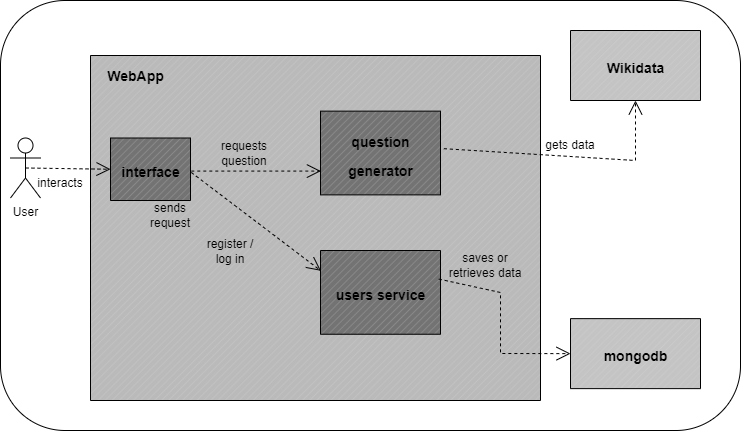
This is docs/images/buildingBlock3.png from Arquisoft/wiq_es1b, a draw.io export, as it was before one commit. Source tidied: cells renumbered, new cells last; positions are measured from the earlier drawing's top-left corner, leaving out a move shared by most shapes.
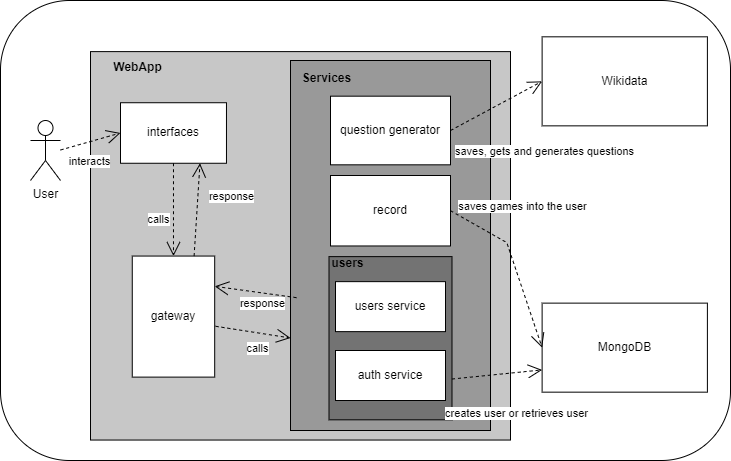
After the change.

What changed in the source:
```diff
@@ -2,89 +2,83 @@
   <root>
     <mxCell id="0" />
     <mxCell id="1" parent="0" />
-    <mxCell id="2" style="rounded=1;whiteSpace=wrap;html=1;" parent="1" vertex="1">
-      <mxGeometry width="740" height="430" as="geometry" />
-    </mxCell>
+    <mxCell id="27" style="rounded=1;whiteSpace=wrap;html=1;" parent="1" vertex="1">
+      <mxGeometry x="-20" y="17.5" width="730" height="460" as="geometry" />
+    </mxCell>
+    <mxCell id="9" value="Wikidata" style="rounded=0;whiteSpace=wrap;html=1;" parent="27" vertex="1">
+      <mxGeometry x="541.6" y="36.3" width="165.3" height="89" as="geometry" />
+    </mxCell>
+    <mxCell id="28" value="MongoDB" style="rounded=0;whiteSpace=wrap;html=1;" parent="27" vertex="1">
+      <mxGeometry x="541.6" y="302.6" width="165.3" height="89" as="geometry" />
+    </mxCell>
+    <mxCell id="29" style="rounded=0;whiteSpace=wrap;html=1;fillColor=#C7C7C7;" parent="27" vertex="1">
+      <mxGeometry x="90" y="51.1" width="420" height="388.4" as="geometry" />
+    </mxCell>
+    <mxCell id="5" value="WebApp" style="text;align=center;fontStyle=1;verticalAlign=middle;spacingLeft=3;spacingRight=3;strokeColor=none;html=1;" parent="27" vertex="1">
+      <mxGeometry x="90" y="51.1" width="94.2" height="31.5" as="geometry" />
+    </mxCell>
+    <mxCell id="30" value="interfaces" style="rounded=0;whiteSpace=wrap;html=1;" parent="27" vertex="1">
+      <mxGeometry x="120" y="102.2" width="106" height="60.5" as="geometry" />
+    </mxCell>
+    <mxCell id="31" value="gateway" style="rounded=0;whiteSpace=wrap;html=1;" parent="27" vertex="1">
+      <mxGeometry x="131.8" y="255.6" width="82.4" height="121.1" as="geometry" />
+    </mxCell>
+    <mxCell id="32" value="calls" style="endArrow=open;endSize=12;dashed=1;html=1;rounded=0;entryX=0.5;entryY=0;entryDx=0;entryDy=0;exitX=0.5;exitY=1;exitDx=0;exitDy=0;" parent="27" edge="1" source="30" target="31">
+      <mxGeometry x="0.2" y="-15" relative="1" as="geometry" />
+    </mxCell>
+    <mxCell id="33" style="rounded=0;whiteSpace=wrap;html=1;fillColor=#999999;" parent="27" vertex="1">
+      <mxGeometry x="290" y="60" width="200" height="370" as="geometry" />
+    </mxCell>
+    <mxCell id="34" value="Services" style="text;align=center;fontStyle=1;verticalAlign=middle;spacingLeft=3;spacingRight=3;strokeColor=none;html=1;" parent="33" vertex="1">
+      <mxGeometry x="-11" width="94.2" height="35.7" as="geometry" />
+    </mxCell>
+    <mxCell id="17" value="question generator" style="rounded=0;whiteSpace=wrap;html=1;" parent="33" vertex="1">
+      <mxGeometry x="40" y="35.7" width="120" height="68.6" as="geometry" />
+    </mxCell>
+    <mxCell id="35" value="record" style="rounded=0;whiteSpace=wrap;html=1;" parent="33" vertex="1">
+      <mxGeometry x="40" y="115" width="120" height="70.5" as="geometry" />
+    </mxCell>
+    <mxCell id="36" style="rounded=0;whiteSpace=wrap;html=1;fillColor=#737373;" parent="33" vertex="1">
+      <mxGeometry x="38.5" y="196.1" width="123" height="163.2" as="geometry" />
+    </mxCell>
+    <mxCell id="37" value="users" style="text;align=center;fontStyle=1;verticalAlign=middle;spacingLeft=3;spacingRight=3;strokeColor=none;html=1;" parent="33" vertex="1">
+      <mxGeometry x="10" y="185.5" width="94.2" height="35.7" as="geometry" />
+    </mxCell>
+    <mxCell id="18" value="users service" style="rounded=0;whiteSpace=wrap;html=1;" parent="33" vertex="1">
+      <mxGeometry x="45" y="221.1" width="110" height="50" as="geometry" />
+    </mxCell>
+    <mxCell id="38" value="auth service" style="rounded=0;whiteSpace=wrap;html=1;" parent="33" vertex="1">
+      <mxGeometry x="45" y="290" width="110" height="50" as="geometry" />
+    </mxCell>
+    <mxCell id="39" value="calls" style="endArrow=open;endSize=12;dashed=1;html=1;rounded=0;entryX=0;entryY=0.75;entryDx=0;entryDy=0;exitX=1.011;exitY=0.58;exitDx=0;exitDy=0;exitPerimeter=0;" parent="27" edge="1" source="31" target="33">
+      <mxGeometry x="0.2" y="-15" relative="1" as="geometry" />
+    </mxCell>
+    <mxCell id="40" value="response" style="endArrow=open;endSize=12;dashed=1;html=1;rounded=0;entryX=1;entryY=0.25;entryDx=0;entryDy=0;exitX=0.03;exitY=0.641;exitDx=0;exitDy=0;exitPerimeter=0;" parent="27" edge="1" source="33" target="31">
+      <mxGeometry x="-0.2" y="10" relative="1" as="geometry" />
+    </mxCell>
+    <mxCell id="41" value="response" style="endArrow=open;endSize=12;dashed=1;html=1;rounded=0;entryX=0.75;entryY=1;entryDx=0;entryDy=0;exitX=0.75;exitY=0;exitDx=0;exitDy=0;" parent="27" edge="1" source="31" target="30">
+      <mxGeometry x="0.34" y="-34" relative="1" as="geometry" />
+    </mxCell>
+    <mxCell id="42" value="saves, gets and generates questions" style="endArrow=open;endSize=12;dashed=1;html=1;rounded=0;entryX=0;entryY=0.5;entryDx=0;entryDy=0;exitX=1;exitY=0.5;exitDx=0;exitDy=0;" parent="27" edge="1" source="17" target="9">
+      <mxGeometry x="0.41" y="-63" relative="1" as="geometry" />
+    </mxCell>
+    <mxCell id="43" value="saves games into the user" style="endArrow=open;endSize=12;dashed=1;html=1;rounded=0;entryX=0;entryY=0.5;entryDx=0;entryDy=0;exitX=1;exitY=0.5;exitDx=0;exitDy=0;" parent="27" edge="1" source="35" target="28">
+      <mxGeometry x="-0.31" y="39" relative="1" as="geometry">
+        <Array as="points">
+          <mxPoint x="506.3" y="242.1" />
+        </Array>
+      </mxGeometry>
+    </mxCell>
+    <mxCell id="44" value="creates user or retrieves user" style="endArrow=open;endSize=12;dashed=1;html=1;rounded=0;entryX=0;entryY=0.75;entryDx=0;entryDy=0;exitX=1;exitY=0.75;exitDx=0;exitDy=0;" parent="27" edge="1" source="36" target="28">
+      <mxGeometry x="0.36" y="-41" relative="1" as="geometry" />
+    </mxCell>
-    <mxCell id="3" value="User" style="shape=umlActor;verticalLabelPosition=bottom;verticalAlign=top;html=1;" parent="1" vertex="1">
+    <mxCell id="3" value="User" style="shape=umlActor;verticalLabelPosition=bottom;verticalAlign=top;html=1;outlineConnect=0;" parent="1" vertex="1">
       <mxGeometry x="10" y="137.5" width="30" height="60" as="geometry" />
     </mxCell>
-    <mxCell id="4" style="verticalLabelPosition=bottom;verticalAlign=top;html=1;shape=mxgraph.basic.patternFillRect;fillStyle=diag;step=5;fillStrokeWidth=0.2;fillStrokeColor=#dddddd;fillColor=#BABABA;" parent="1" vertex="1">
-      <mxGeometry x="90" y="55" width="450" height="345" as="geometry" />
-    </mxCell>
-    <mxCell id="5" value="&lt;font style=&quot;font-size: 14px;&quot;&gt;WebApp&lt;/font&gt;" style="text;strokeColor=none;fillColor=none;html=1;fontSize=24;fontStyle=1;verticalAlign=middle;align=center;" parent="1" vertex="1">
-      <mxGeometry x="90" y="55" width="90" height="35" as="geometry" />
-    </mxCell>
-    <mxCell id="6" style="endArrow=open;endSize=12;dashed=1;html=1;rounded=0;entryX=0;entryY=0.5;entryDx=0;entryDy=0;exitX=0.5;exitY=0.5;exitDx=0;exitDy=0;exitPerimeter=0;" parent="1" edge="1" source="3" target="13">
-      <mxGeometry relative="1" as="geometry" />
-    </mxCell>
-    <mxCell id="7" style="endArrow=open;endSize=12;dashed=1;html=1;rounded=0;exitX=0.772;exitY=0.269;exitDx=0;exitDy=0;exitPerimeter=0;entryX=0.5;entryY=1;entryDx=0;entryDy=0;entryPerimeter=0;" parent="1" edge="1" source="4" target="8">
-      <mxGeometry relative="1" as="geometry">
-        <Array as="points">
-          <mxPoint x="635" y="160" />
-        </Array>
-      </mxGeometry>
-    </mxCell>
-    <mxCell id="8" style="verticalLabelPosition=bottom;verticalAlign=top;html=1;shape=mxgraph.basic.patternFillRect;fillStyle=diag;step=5;fillStrokeWidth=0.2;fillStrokeColor=#dddddd;fillColor=#C4C4C4;" parent="1" vertex="1">
-      <mxGeometry x="570" y="30" width="130" height="70" as="geometry" />
-    </mxCell>
-    <mxCell id="9" value="&lt;font style=&quot;font-size: 14px;&quot;&gt;Wikidata&lt;/font&gt;" style="text;strokeColor=none;fillColor=none;html=1;fontSize=24;fontStyle=1;verticalAlign=middle;align=center;" parent="1" vertex="1">
-      <mxGeometry x="590" y="47.5" width="90" height="35" as="geometry" />
-    </mxCell>
-    <mxCell id="10" value="interacts" style="text;html=1;align=center;verticalAlign=middle;whiteSpace=wrap;rounded=0;" parent="1" vertex="1">
-      <mxGeometry x="30" y="167.5" width="60" height="30" as="geometry" />
+    <mxCell id="10" value="interacts" style="endArrow=open;endSize=12;dashed=1;html=1;rounded=0;entryX=0;entryY=0.5;entryDx=0;entryDy=0;" parent="1" edge="1" target="30">
+      <mxGeometry x="-0.2" y="-19" relative="1" as="geometry">
+        <mxPoint x="40" y="167" as="sourcePoint" />
+      </mxGeometry>
     </mxCell>
-    <mxCell id="11" value="gets data" style="text;html=1;align=center;verticalAlign=middle;whiteSpace=wrap;rounded=0;" parent="1" vertex="1">
-      <mxGeometry x="540" y="130" width="60" height="30" as="geometry" />
-    </mxCell>
-    <mxCell id="12" style="verticalLabelPosition=bottom;verticalAlign=top;html=1;shape=mxgraph.basic.patternFillRect;fillStyle=diag;step=5;fillStrokeWidth=0.2;fillStrokeColor=#dddddd;fillColor=#737373;" parent="1" vertex="1">
-      <mxGeometry x="110" y="137.5" width="80" height="62.5" as="geometry" />
-    </mxCell>
-    <mxCell id="13" value="&lt;font style=&quot;font-size: 14px;&quot;&gt;interface&lt;/font&gt;" style="text;strokeColor=none;fillColor=none;html=1;fontSize=24;fontStyle=1;verticalAlign=middle;align=center;" parent="1" vertex="1">
-      <mxGeometry x="110" y="151.2" width="80" height="35" as="geometry" />
-    </mxCell>
-    <mxCell id="14" style="verticalLabelPosition=bottom;verticalAlign=top;html=1;shape=mxgraph.basic.patternFillRect;fillStyle=diag;step=5;fillStrokeWidth=0.2;fillStrokeColor=#dddddd;fillColor=#737373;" parent="1" vertex="1">
-      <mxGeometry x="320" y="110.6" width="120" height="83.8" as="geometry" />
-    </mxCell>
-    <mxCell id="15" value="sends&lt;br&gt;request" style="text;html=1;align=center;verticalAlign=middle;whiteSpace=wrap;rounded=0;" parent="1" vertex="1">
-      <mxGeometry x="140" y="200" width="60" height="30" as="geometry" />
-    </mxCell>
-    <mxCell id="16" style="verticalLabelPosition=bottom;verticalAlign=top;html=1;shape=mxgraph.basic.patternFillRect;fillStyle=diag;step=5;fillStrokeWidth=0.2;fillStrokeColor=#dddddd;fillColor=#737373;" parent="1" vertex="1">
-      <mxGeometry x="320" y="250" width="120" height="83.8" as="geometry" />
-    </mxCell>
-    <mxCell id="17" value="&lt;font style=&quot;font-size: 14px;&quot;&gt;question &lt;br&gt;generator&lt;/font&gt;" style="text;strokeColor=none;fillColor=none;html=1;fontSize=24;fontStyle=1;verticalAlign=middle;align=center;" parent="1" vertex="1">
-      <mxGeometry x="340" y="126.2" width="80" height="52.5" as="geometry" />
-    </mxCell>
-    <mxCell id="18" value="&lt;span style=&quot;font-size: 14px;&quot;&gt;users service&lt;/span&gt;" style="text;strokeColor=none;fillColor=none;html=1;fontSize=24;fontStyle=1;verticalAlign=middle;align=center;" parent="1" vertex="1">
-      <mxGeometry x="340" y="265.6" width="80" height="52.5" as="geometry" />
-    </mxCell>
-    <mxCell id="19" style="endArrow=open;endSize=12;dashed=1;html=1;rounded=0;entryX=0.512;entryY=0.624;entryDx=0;entryDy=0;exitX=0.224;exitY=0.339;exitDx=0;exitDy=0;exitPerimeter=0;entryPerimeter=0;" parent="1" edge="1" source="4" target="4">
-      <mxGeometry relative="1" as="geometry" />
-    </mxCell>
-    <mxCell id="20" style="endArrow=open;endSize=12;dashed=1;html=1;rounded=0;entryX=0.512;entryY=0.335;entryDx=0;entryDy=0;exitX=0.224;exitY=0.335;exitDx=0;exitDy=0;exitPerimeter=0;entryPerimeter=0;" parent="1" edge="1" source="4" target="4">
-      <mxGeometry relative="1" as="geometry" />
-    </mxCell>
-    <mxCell id="21" value="register / log in" style="text;html=1;align=center;verticalAlign=middle;whiteSpace=wrap;rounded=0;" parent="1" vertex="1">
-      <mxGeometry x="200" y="235.6" width="60" height="30" as="geometry" />
-    </mxCell>
-    <mxCell id="22" value="requests question" style="text;html=1;align=center;verticalAlign=middle;whiteSpace=wrap;rounded=0;" parent="1" vertex="1">
-      <mxGeometry x="214" y="137.5" width="60" height="30" as="geometry" />
-    </mxCell>
-    <mxCell id="23" style="verticalLabelPosition=bottom;verticalAlign=top;html=1;shape=mxgraph.basic.patternFillRect;fillStyle=diag;step=5;fillStrokeWidth=0.2;fillStrokeColor=#dddddd;fillColor=#C4C4C4;" parent="1" vertex="1">
-      <mxGeometry x="570" y="318.1" width="130" height="70" as="geometry" />
-    </mxCell>
-    <mxCell id="24" value="&lt;font style=&quot;font-size: 14px;&quot;&gt;mongodb&lt;/font&gt;" style="text;strokeColor=none;fillColor=none;html=1;fontSize=24;fontStyle=1;verticalAlign=middle;align=center;" parent="1" vertex="1">
-      <mxGeometry x="590" y="335.6" width="90" height="35" as="geometry" />
-    </mxCell>
-    <mxCell id="25" style="endArrow=open;endSize=12;dashed=1;html=1;rounded=0;exitX=0.774;exitY=0.648;exitDx=0;exitDy=0;exitPerimeter=0;entryX=0;entryY=0.5;entryDx=0;entryDy=0;entryPerimeter=0;" parent="1" edge="1" source="4" target="23">
-      <mxGeometry relative="1" as="geometry">
-        <Array as="points">
-          <mxPoint x="500" y="292" />
-          <mxPoint x="500" y="353" />
-        </Array>
-      </mxGeometry>
-    </mxCell>
-    <mxCell id="26" value="saves or retrieves data" style="text;html=1;align=center;verticalAlign=middle;whiteSpace=wrap;rounded=0;" parent="1" vertex="1">
-      <mxGeometry x="440" y="250" width="90" height="30" as="geometry" />
-    </mxCell>
   </root>
 </mxGraphModel>
```
